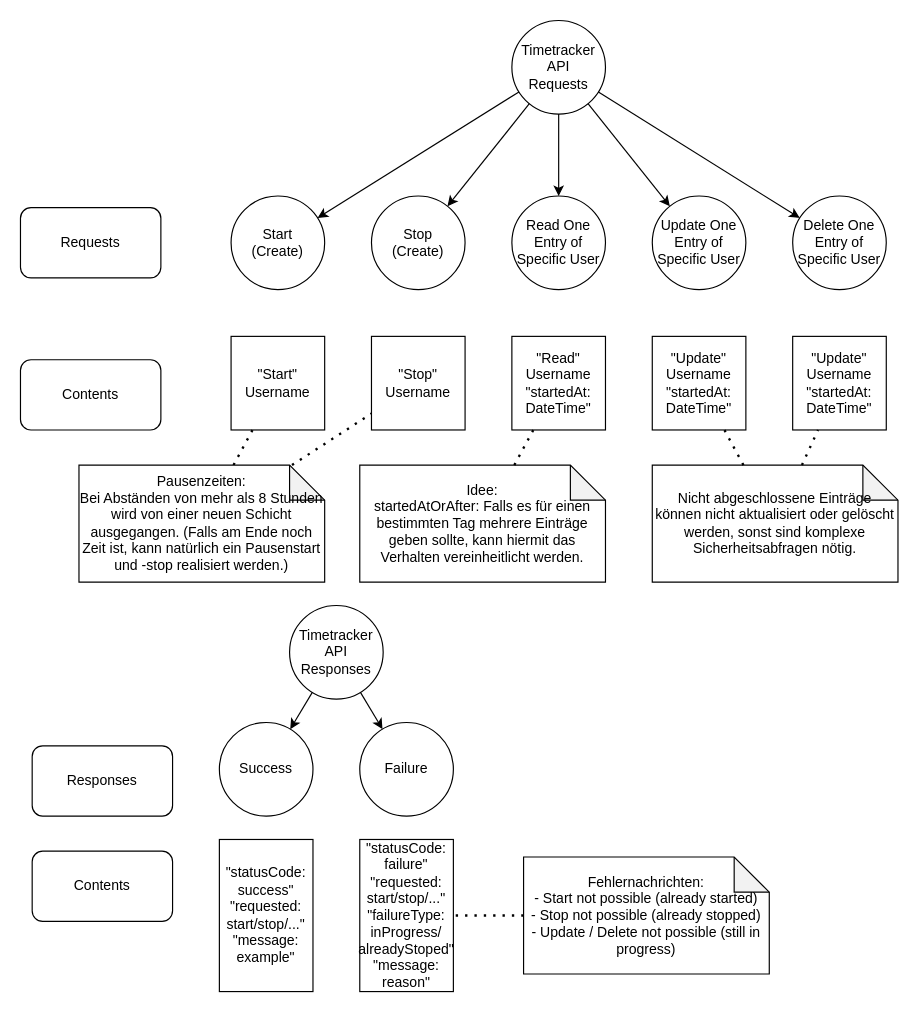
The draw.io diagram timetracker/docu/timetracker-rest-api.drawio in Harriss1/stempeluhr, before the edit. Source tidied: cells renumbered, new cells numbered last; positions are measured from the earlier drawing's top-left corner, leaving out a move shared by most shapes. Both pictures are drawn from the tidied source at 117%, with x=0, y=0 at pixel (20, 20).
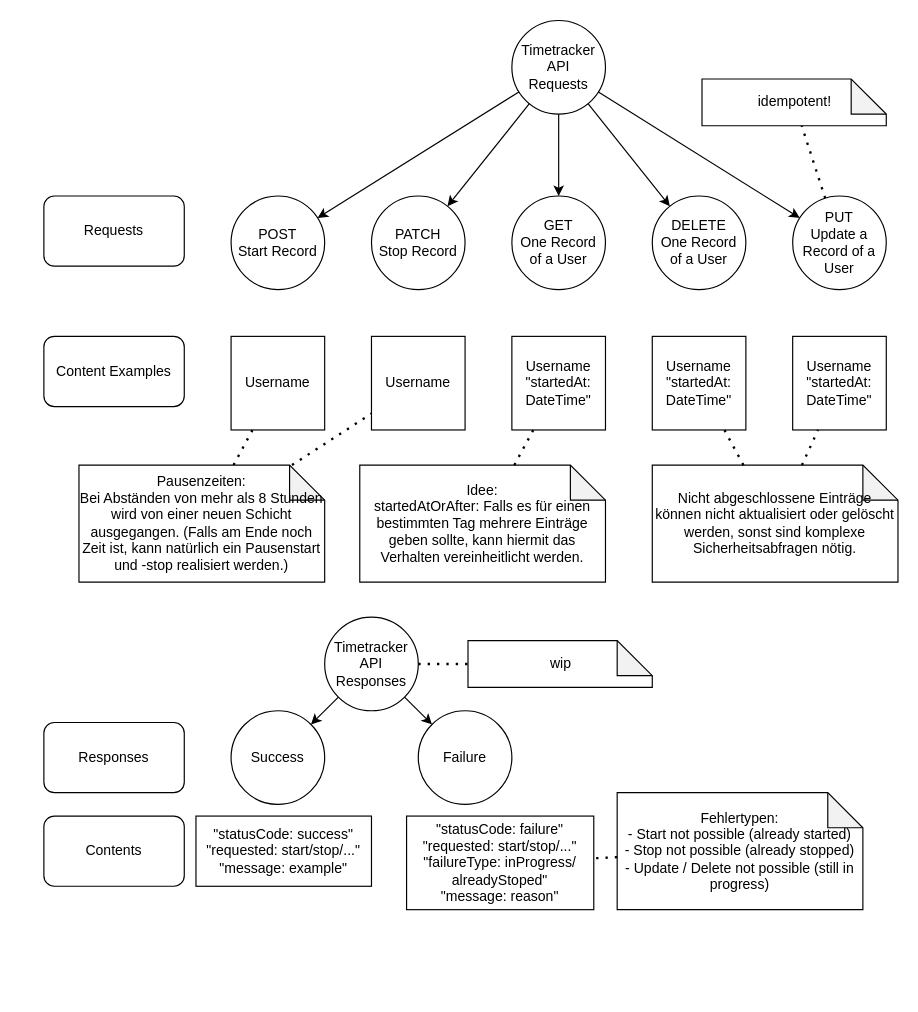
After the change.

Diff of the diagram source:
```diff
@@
-    <mxCell id="3" value="Start&lt;div&gt;(Create)&lt;/div&gt;" style="ellipse;whiteSpace=wrap;html=1;" parent="1" vertex="1">
+    <mxCell id="3" value="POST&lt;div&gt;Start Record&lt;/div&gt;" style="ellipse;whiteSpace=wrap;html=1;" parent="1" vertex="1">
       <mxGeometry x="180" y="150" width="80" height="80" as="geometry" />
     </mxCell>
-    <mxCell id="4" value="Stop&lt;div&gt;(Create)&lt;/div&gt;" style="ellipse;whiteSpace=wrap;html=1;" parent="1" vertex="1">
+    <mxCell id="4" value="PATCH&lt;div&gt;Stop Record&lt;/div&gt;" style="ellipse;whiteSpace=wrap;html=1;" parent="1" vertex="1">
       <mxGeometry x="300" y="150" width="80" height="80" as="geometry" />
     </mxCell>
-    <mxCell id="5" value="Read One Entry of Specific User" style="ellipse;whiteSpace=wrap;html=1;" parent="1" vertex="1">
+    <mxCell id="5" value="GET&lt;div&gt;One Record of a User&lt;/div&gt;" style="ellipse;whiteSpace=wrap;html=1;" parent="1" vertex="1">
       <mxGeometry x="420" y="150" width="80" height="80" as="geometry" />
     </mxCell>
-    <mxCell id="6" value="Update One Entry of Specific User" style="ellipse;whiteSpace=wrap;html=1;" parent="1" vertex="1">
-      <mxGeometry x="540" y="150" width="80" height="80" as="geometry" />
+    <mxCell id="6" value="PUT&lt;div&gt;Update a Record of a User&lt;/div&gt;" style="ellipse;whiteSpace=wrap;html=1;" parent="1" vertex="1">
+      <mxGeometry x="660" y="150" width="80" height="80" as="geometry" />
     </mxCell>
-    <mxCell id="7" value="Delete One Entry of Specific User" style="ellipse;whiteSpace=wrap;html=1;" parent="1" vertex="1">
-      <mxGeometry x="660" y="150" width="80" height="80" as="geometry" />
+    <mxCell id="7" value="DELETE&lt;div&gt;One Record of a User&lt;/div&gt;" style="ellipse;whiteSpace=wrap;html=1;" parent="1" vertex="1">
+      <mxGeometry x="540" y="150" width="80" height="80" as="geometry" />
     </mxCell>
-    <mxCell id="8" value="&lt;div&gt;&quot;Start&quot;&lt;/div&gt;Username" style="rounded=0;whiteSpace=wrap;html=1;" parent="1" vertex="1">
+    <mxCell id="8" value="&lt;div&gt;&lt;span style=&quot;background-color: transparent; color: light-dark(rgb(0, 0, 0), rgb(255, 255, 255));&quot;&gt;Username&lt;/span&gt;&lt;/div&gt;" style="rounded=0;whiteSpace=wrap;html=1;" parent="1" vertex="1">
       <mxGeometry x="180" y="270" width="80" height="80" as="geometry" />
     </mxCell>
-    <mxCell id="9" value="&lt;div&gt;&quot;Stop&quot;&lt;/div&gt;Username" style="rounded=0;whiteSpace=wrap;html=1;" parent="1" vertex="1">
+    <mxCell id="9" value="&lt;div&gt;&lt;span style=&quot;background-color: transparent; color: light-dark(rgb(0, 0, 0), rgb(255, 255, 255));&quot;&gt;Username&lt;/span&gt;&lt;/div&gt;" style="rounded=0;whiteSpace=wrap;html=1;" parent="1" vertex="1">
       <mxGeometry x="300" y="270" width="80" height="80" as="geometry" />
     </mxCell>
-    <mxCell id="10" value="&lt;div&gt;&quot;Read&quot;&lt;/div&gt;Username&lt;div&gt;&quot;startedAt:&lt;/div&gt;&lt;div&gt;DateTime&quot;&lt;/div&gt;" style="rounded=0;whiteSpace=wrap;html=1;" parent="1" vertex="1">
+    <mxCell id="10" value="&lt;div&gt;&lt;span style=&quot;background-color: transparent; color: light-dark(rgb(0, 0, 0), rgb(255, 255, 255));&quot;&gt;Username&lt;/span&gt;&lt;/div&gt;&lt;div&gt;&quot;startedAt:&lt;/div&gt;&lt;div&gt;DateTime&quot;&lt;/div&gt;" style="rounded=0;whiteSpace=wrap;html=1;" parent="1" vertex="1">
       <mxGeometry x="420" y="270" width="80" height="80" as="geometry" />
     </mxCell>
@@
     <mxCell id="13" value="Requests" style="rounded=1;whiteSpace=wrap;html=1;" parent="1" vertex="1">
-      <mxGeometry y="160" width="120" height="60" as="geometry" />
+      <mxGeometry x="20" y="150" width="120" height="60" as="geometry" />
     </mxCell>
-    <mxCell id="14" value="Contents" style="rounded=1;whiteSpace=wrap;html=1;" parent="1" vertex="1">
-      <mxGeometry y="290" width="120" height="60" as="geometry" />
+    <mxCell id="14" value="Content Examples" style="rounded=1;whiteSpace=wrap;html=1;" parent="1" vertex="1">
+      <mxGeometry x="20" y="270" width="120" height="60" as="geometry" />
     </mxCell>
     <mxCell id="15" value="Responses" style="rounded=1;whiteSpace=wrap;html=1;" parent="1" vertex="1">
-      <mxGeometry x="10" y="620" width="120" height="60" as="geometry" />
+      <mxGeometry x="20" y="600" width="120" height="60" as="geometry" />
     </mxCell>
     <mxCell id="16" value="Contents" style="rounded=1;whiteSpace=wrap;html=1;" parent="1" vertex="1">
-      <mxGeometry x="10" y="710" width="120" height="60" as="geometry" />
+      <mxGeometry x="20" y="680" width="120" height="60" as="geometry" />
     </mxCell>
@@
-    <mxCell id="22" value="&lt;div&gt;&quot;Update&quot;&lt;/div&gt;Username&lt;div&gt;&quot;startedAt:&lt;/div&gt;&lt;div&gt;DateTime&quot;&lt;/div&gt;" style="rounded=0;whiteSpace=wrap;html=1;" parent="1" vertex="1">
-      <mxGeometry x="540" y="270" width="80" height="80" as="geometry" />
+    <mxCell id="22" value="&lt;div&gt;&lt;span style=&quot;background-color: transparent; color: light-dark(rgb(0, 0, 0), rgb(255, 255, 255));&quot;&gt;Username&lt;/span&gt;&lt;/div&gt;&lt;div&gt;&quot;startedAt:&lt;/div&gt;&lt;div&gt;DateTime&quot;&lt;/div&gt;" style="rounded=0;whiteSpace=wrap;html=1;" parent="1" vertex="1">
+      <mxGeometry x="660" y="270" width="80" height="80" as="geometry" />
     </mxCell>
-    <mxCell id="23" value="&lt;div&gt;&quot;Update&quot;&lt;/div&gt;Username&lt;div&gt;&quot;startedAt:&lt;/div&gt;&lt;div&gt;DateTime&quot;&lt;/div&gt;" style="rounded=0;whiteSpace=wrap;html=1;" parent="1" vertex="1">
-      <mxGeometry x="660" y="270" width="80" height="80" as="geometry" />
+    <mxCell id="23" value="&lt;div&gt;&lt;span style=&quot;background-color: transparent; color: light-dark(rgb(0, 0, 0), rgb(255, 255, 255));&quot;&gt;Username&lt;/span&gt;&lt;/div&gt;&lt;div&gt;&quot;startedAt:&lt;/div&gt;&lt;div&gt;DateTime&quot;&lt;/div&gt;" style="rounded=0;whiteSpace=wrap;html=1;" parent="1" vertex="1">
+      <mxGeometry x="540" y="270" width="80" height="80" as="geometry" />
     </mxCell>
@@
     <mxCell id="27" value="Success" style="ellipse;whiteSpace=wrap;html=1;" parent="1" vertex="1">
-      <mxGeometry x="170" y="600" width="80" height="80" as="geometry" />
+      <mxGeometry x="180" y="590" width="80" height="80" as="geometry" />
     </mxCell>
     <mxCell id="28" value="Timetracker&lt;div&gt;API&lt;/div&gt;&lt;div&gt;Responses&lt;/div&gt;" style="ellipse;whiteSpace=wrap;html=1;" parent="1" vertex="1">
-      <mxGeometry x="230" y="500" width="80" height="80" as="geometry" />
+      <mxGeometry x="260" y="510" width="80" height="80" as="geometry" />
     </mxCell>
-    <mxCell id="29" value="&quot;statusCode:&lt;div&gt;&lt;span style=&quot;background-color: transparent; color: light-dark(rgb(0, 0, 0), rgb(255, 255, 255));&quot;&gt;success&quot;&lt;/span&gt;&lt;div&gt;&lt;div&gt;&lt;/div&gt;&lt;/div&gt;&lt;/div&gt;&lt;div&gt;&lt;div&gt;&lt;span style=&quot;background-color: transparent; color: light-dark(rgb(0, 0, 0), rgb(255, 255, 255));&quot;&gt;&quot;requested:&lt;/span&gt;&lt;/div&gt;&lt;div&gt;start/stop/...&quot;&lt;/div&gt;&lt;/div&gt;&lt;div&gt;&lt;span style=&quot;background-color: transparent; color: light-dark(rgb(0, 0, 0), rgb(255, 255, 255));&quot;&gt;&quot;message:&lt;/span&gt;&lt;/div&gt;&lt;div&gt;example&quot;&lt;/div&gt;" style="rounded=0;whiteSpace=wrap;html=1;" parent="1" vertex="1">
-      <mxGeometry x="170" y="700" width="80" height="130" as="geometry" />
+    <mxCell id="29" value="&quot;statusCode:&amp;nbsp;&lt;span style=&quot;background-color: transparent; color: light-dark(rgb(0, 0, 0), rgb(255, 255, 255));&quot;&gt;success&quot;&lt;/span&gt;&lt;div&gt;&lt;div&gt;&lt;div&gt;&lt;/div&gt;&lt;/div&gt;&lt;/div&gt;&lt;div&gt;&lt;div&gt;&lt;span style=&quot;background-color: transparent; color: light-dark(rgb(0, 0, 0), rgb(255, 255, 255));&quot;&gt;&quot;requested:&amp;nbsp;&lt;/span&gt;&lt;span style=&quot;background-color: transparent; color: light-dark(rgb(0, 0, 0), rgb(255, 255, 255));&quot;&gt;start/stop/...&quot;&lt;/span&gt;&lt;/div&gt;&lt;/div&gt;&lt;div&gt;&lt;span style=&quot;background-color: transparent; color: light-dark(rgb(0, 0, 0), rgb(255, 255, 255));&quot;&gt;&quot;message:&amp;nbsp;&lt;/span&gt;&lt;span style=&quot;background-color: transparent; color: light-dark(rgb(0, 0, 0), rgb(255, 255, 255));&quot;&gt;example&quot;&lt;/span&gt;&lt;/div&gt;" style="rounded=0;whiteSpace=wrap;html=1;" parent="1" vertex="1">
+      <mxGeometry x="150" y="680" width="150" height="60" as="geometry" />
     </mxCell>
     <mxCell id="30" value="Failure" style="ellipse;whiteSpace=wrap;html=1;" parent="1" vertex="1">
-      <mxGeometry x="290" y="600" width="80" height="80" as="geometry" />
+      <mxGeometry x="340" y="590" width="80" height="80" as="geometry" />
     </mxCell>
-    <mxCell id="31" value="&quot;statusCode:&lt;div&gt;&lt;span style=&quot;background-color: transparent; color: light-dark(rgb(0, 0, 0), rgb(255, 255, 255));&quot;&gt;failure&quot;&lt;/span&gt;&lt;div&gt;&lt;div&gt;&lt;/div&gt;&lt;/div&gt;&lt;/div&gt;&lt;div&gt;&lt;div&gt;&lt;span style=&quot;background-color: transparent; color: light-dark(rgb(0, 0, 0), rgb(255, 255, 255));&quot;&gt;&quot;requested:&lt;/span&gt;&lt;/div&gt;&lt;div&gt;start/stop/...&quot;&lt;/div&gt;&lt;/div&gt;&lt;div&gt;&quot;failureType:&lt;br&gt;&lt;div&gt;&lt;span style=&quot;background-color: transparent; color: light-dark(rgb(0, 0, 0), rgb(255, 255, 255));&quot;&gt;inProgress/&lt;/span&gt;&lt;/div&gt;&lt;div&gt;&lt;span style=&quot;background-color: transparent; color: light-dark(rgb(0, 0, 0), rgb(255, 255, 255));&quot;&gt;alreadyStoped&quot;&lt;/span&gt;&lt;/div&gt;&lt;/div&gt;&lt;div&gt;&lt;span style=&quot;background-color: transparent; color: light-dark(rgb(0, 0, 0), rgb(255, 255, 255));&quot;&gt;&quot;message:&lt;/span&gt;&lt;/div&gt;&lt;div&gt;reason&quot;&lt;/div&gt;" style="rounded=0;whiteSpace=wrap;html=1;" parent="1" vertex="1">
-      <mxGeometry x="290" y="700" width="80" height="130" as="geometry" />
+    <mxCell id="31" value="&quot;statusCode:&amp;nbsp;&lt;span style=&quot;background-color: transparent; color: light-dark(rgb(0, 0, 0), rgb(255, 255, 255));&quot;&gt;failure&quot;&lt;/span&gt;&lt;div&gt;&lt;div&gt;&lt;div&gt;&lt;/div&gt;&lt;/div&gt;&lt;/div&gt;&lt;div&gt;&lt;div&gt;&lt;span style=&quot;background-color: transparent; color: light-dark(rgb(0, 0, 0), rgb(255, 255, 255));&quot;&gt;&quot;requested:&amp;nbsp;&lt;/span&gt;&lt;span style=&quot;background-color: transparent; color: light-dark(rgb(0, 0, 0), rgb(255, 255, 255));&quot;&gt;start/stop/...&quot;&lt;/span&gt;&lt;/div&gt;&lt;/div&gt;&lt;div&gt;&quot;failureType:&amp;nbsp;&lt;span style=&quot;background-color: transparent; color: light-dark(rgb(0, 0, 0), rgb(255, 255, 255));&quot;&gt;inProgress/&lt;/span&gt;&lt;div&gt;&lt;span style=&quot;background-color: transparent; color: light-dark(rgb(0, 0, 0), rgb(255, 255, 255));&quot;&gt;alreadyStoped&quot;&lt;/span&gt;&lt;/div&gt;&lt;/div&gt;&lt;div&gt;&lt;span style=&quot;background-color: transparent; color: light-dark(rgb(0, 0, 0), rgb(255, 255, 255));&quot;&gt;&quot;message:&amp;nbsp;&lt;/span&gt;&lt;span style=&quot;background-color: transparent; color: light-dark(rgb(0, 0, 0), rgb(255, 255, 255));&quot;&gt;reason&quot;&lt;/span&gt;&lt;/div&gt;" style="rounded=0;whiteSpace=wrap;html=1;" parent="1" vertex="1">
+      <mxGeometry x="330" y="680" width="160" height="80" as="geometry" />
     </mxCell>
@@
-    <mxCell id="37" value="Fehlernachrichten:&lt;div&gt;-&amp;nbsp;&lt;span style=&quot;background-color: transparent; color: light-dark(rgb(0, 0, 0), rgb(255, 255, 255));&quot;&gt;Start not possible (already started)&lt;/span&gt;&lt;/div&gt;&lt;div&gt;- Stop not possible (already stopped)&lt;/div&gt;&lt;div&gt;- Update / Delete not possible (still in progress)&lt;/div&gt;" style="shape=note;whiteSpace=wrap;html=1;backgroundOutline=1;darkOpacity=0.05;" parent="1" vertex="1">
-      <mxGeometry x="430" y="715" width="210" height="100" as="geometry" />
+    <mxCell id="37" value="Fehlertypen:&lt;div&gt;-&amp;nbsp;&lt;span style=&quot;background-color: transparent; color: light-dark(rgb(0, 0, 0), rgb(255, 255, 255));&quot;&gt;Start not possible (already started)&lt;/span&gt;&lt;/div&gt;&lt;div&gt;- Stop not possible (already stopped)&lt;/div&gt;&lt;div&gt;- Update / Delete not possible (still in progress)&lt;/div&gt;" style="shape=note;whiteSpace=wrap;html=1;backgroundOutline=1;darkOpacity=0.05;" parent="1" vertex="1">
+      <mxGeometry x="510" y="660" width="210" height="100" as="geometry" />
     </mxCell>
@@
+    <mxCell id="39" value="idempotent!" style="shape=note;whiteSpace=wrap;html=1;backgroundOutline=1;darkOpacity=0.05;" parent="1" vertex="1">
+      <mxGeometry x="582.5" y="50" width="157.5" height="40" as="geometry" />
+    </mxCell>
+    <mxCell id="40" style="endArrow=none;dashed=1;html=1;dashPattern=1 3;strokeWidth=2;rounded=0;" parent="1" edge="1" source="6" target="39">
+      <mxGeometry relative="1" as="geometry" />
+    </mxCell>
+    <mxCell id="41" value="wip" style="shape=note;whiteSpace=wrap;html=1;backgroundOutline=1;darkOpacity=0.05;" parent="1" vertex="1">
+      <mxGeometry x="382.5" y="530" width="157.5" height="40" as="geometry" />
+    </mxCell>
+    <mxCell id="42" style="endArrow=none;dashed=1;html=1;dashPattern=1 3;strokeWidth=2;rounded=0;" parent="1" edge="1" source="28" target="41">
+      <mxGeometry relative="1" as="geometry" />
+    </mxCell>
```
